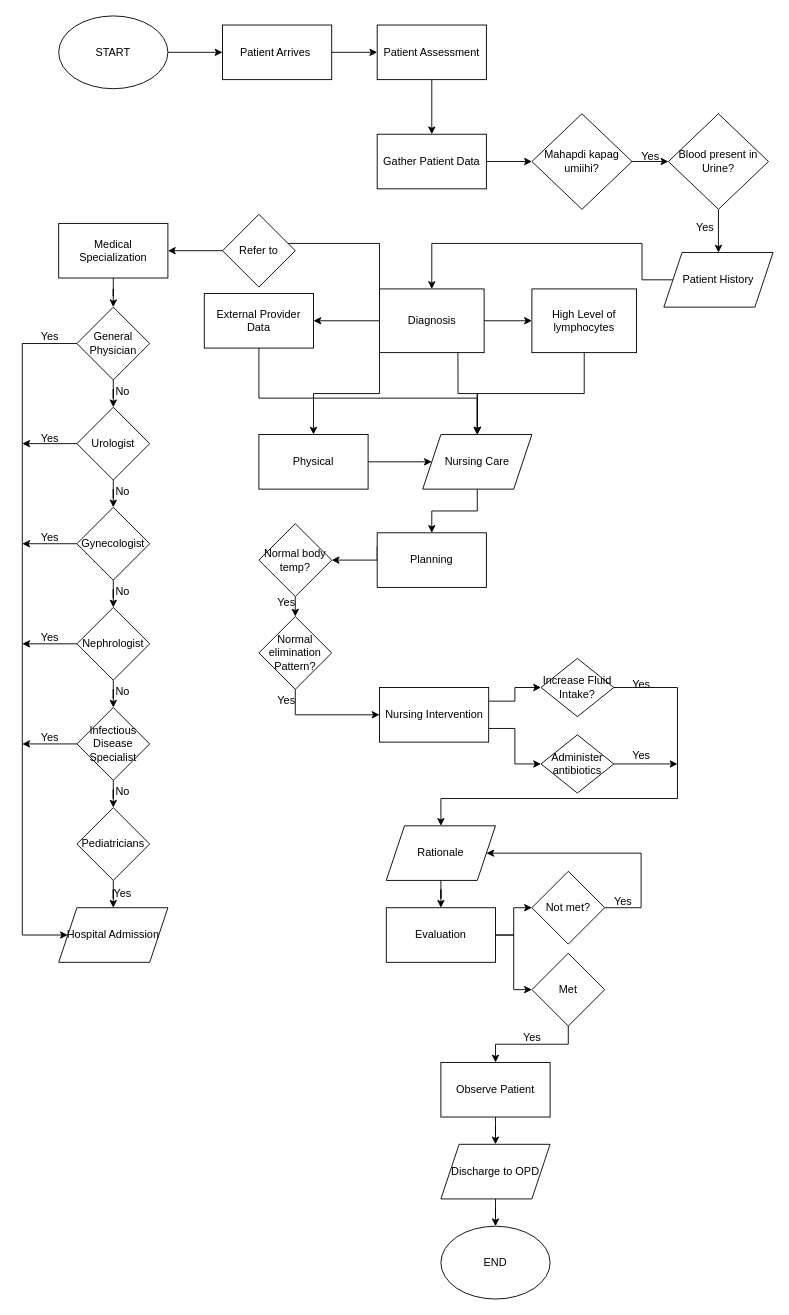
Above: Untitled Diagram.drawio in Carlo06/CCOBJPGL221 (draw.io), before the change. Source tidied: cells renumbered, new cells numbered last; positions are measured from the earlier drawing's top-left corner, leaving out a move shared by most shapes. Both pictures are drawn from the tidied source at 91%, with x=0, y=0 at pixel (22, 15).
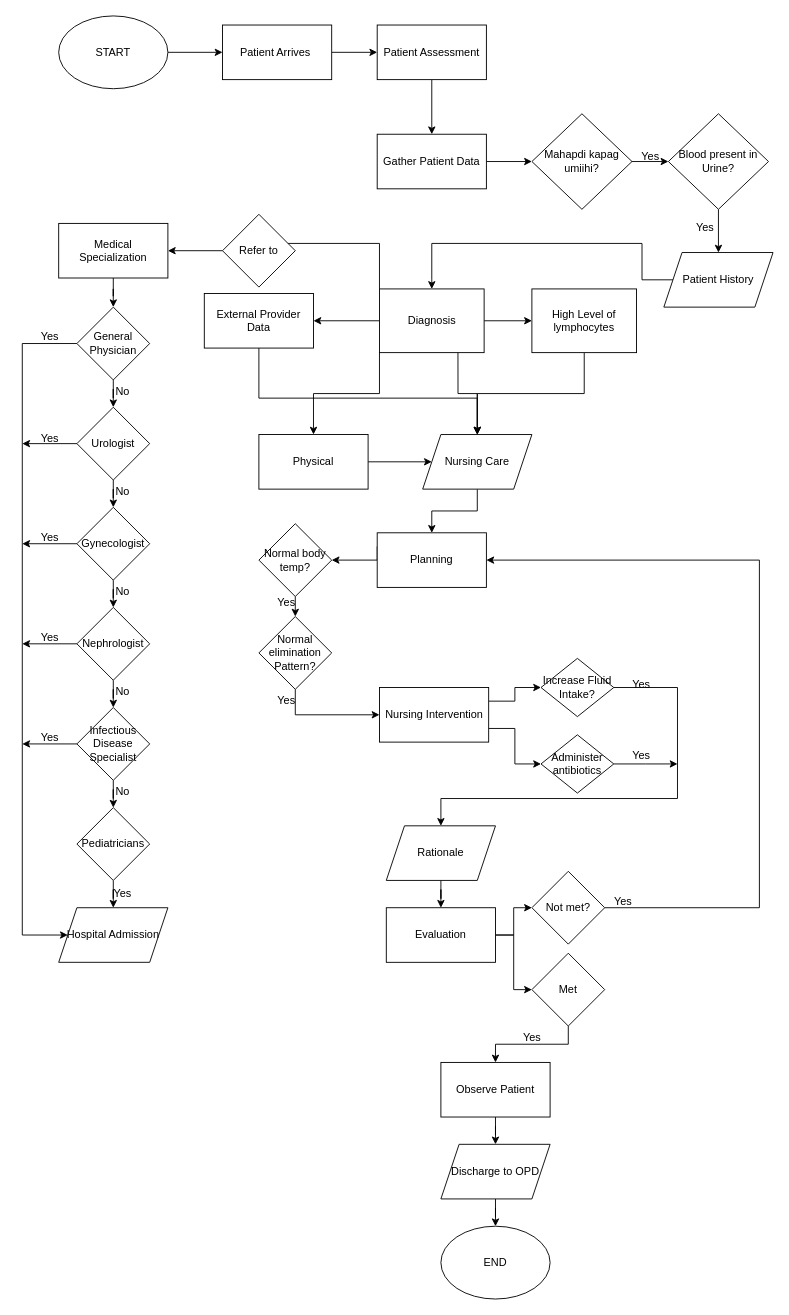
Above is the later version.

The change refers to these unchanged cells:
```xml
<mxCell id="66" value="Planning" style="whiteSpace=wrap;html=1;" parent="1" vertex="1">
  <mxGeometry x="390" y="568" width="120" height="60" as="geometry" />
</mxCell>
<mxCell id="86" value="Rationale" style="shape=parallelogram;perimeter=parallelogramPerimeter;whiteSpace=wrap;html=1;fixedSize=1;" parent="1" vertex="1">
  <mxGeometry x="400" y="890" width="120" height="60" as="geometry" />
</mxCell>
<mxCell id="88" value="Not met?" style="rhombus;whiteSpace=wrap;html=1;" parent="1" vertex="1">
  <mxGeometry x="560" y="940" width="80" height="80" as="geometry" />
</mxCell>
```

Change to the diagram source:
```diff
@@
-    <mxCell id="87" style="edgeStyle=orthogonalEdgeStyle;rounded=0;jettySize=auto;html=1;" parent="1" edge="1" source="88" target="86">
-      <mxGeometry relative="1" as="geometry">
-        <Array as="points">
-          <mxPoint x="680" y="980" />
-          <mxPoint x="680" y="920" />
-        </Array>
-      </mxGeometry>
-    </mxCell>
+    <mxCell id="98" style="edgeStyle=orthogonalEdgeStyle;rounded=0;jettySize=auto;html=1;exitX=1;exitY=0.5;exitDx=0;exitDy=0;entryX=1;entryY=0.5;entryDx=0;entryDy=0;" parent="1" edge="1" source="88" target="66">
+      <mxGeometry relative="1" as="geometry">
+        <Array as="points">
+          <mxPoint x="810" y="980" />
+          <mxPoint x="810" y="598" />
+        </Array>
+      </mxGeometry>
+    </mxCell>
```
